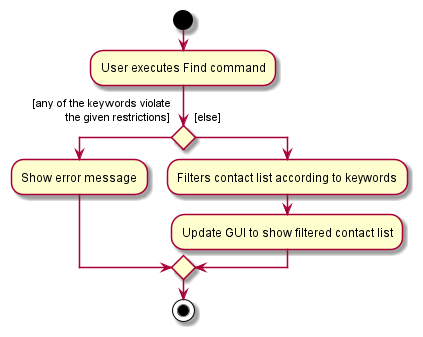
The PlantUML diagram docs/images/FindActivityDiagram.png in nus-cs2103-AY2021S1/tp, before a commit.
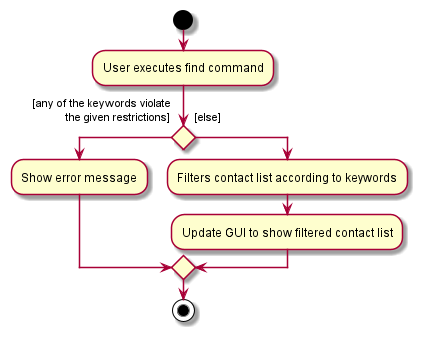
After the commit.

Change to the diagram source:
```diff
@@ -1,6 +1,6 @@
 @startuml
 start
-:User executes Find command;
+:User executes find command;
 
 
 if () then ([any of the keywords violate
```
